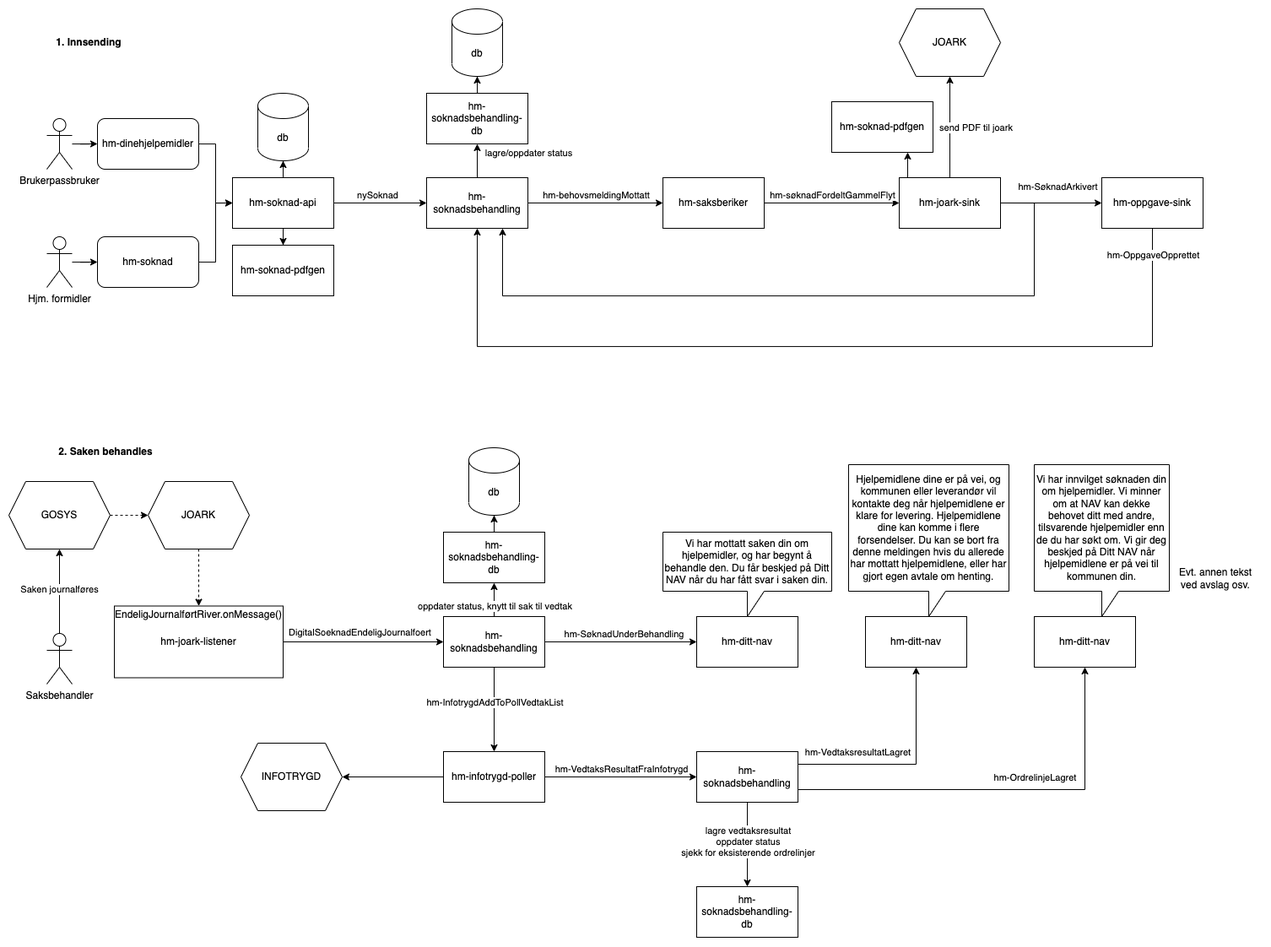
navikt/digihot-docs keeps this draw.io diagram as systemflyt/flyt-behovsmelding-gosys.drawio.png. Above is the earlier version. Source tidied: cells renumbered, new cells last; positions are measured from the earlier drawing's top-left corner, leaving out a move shared by most shapes.
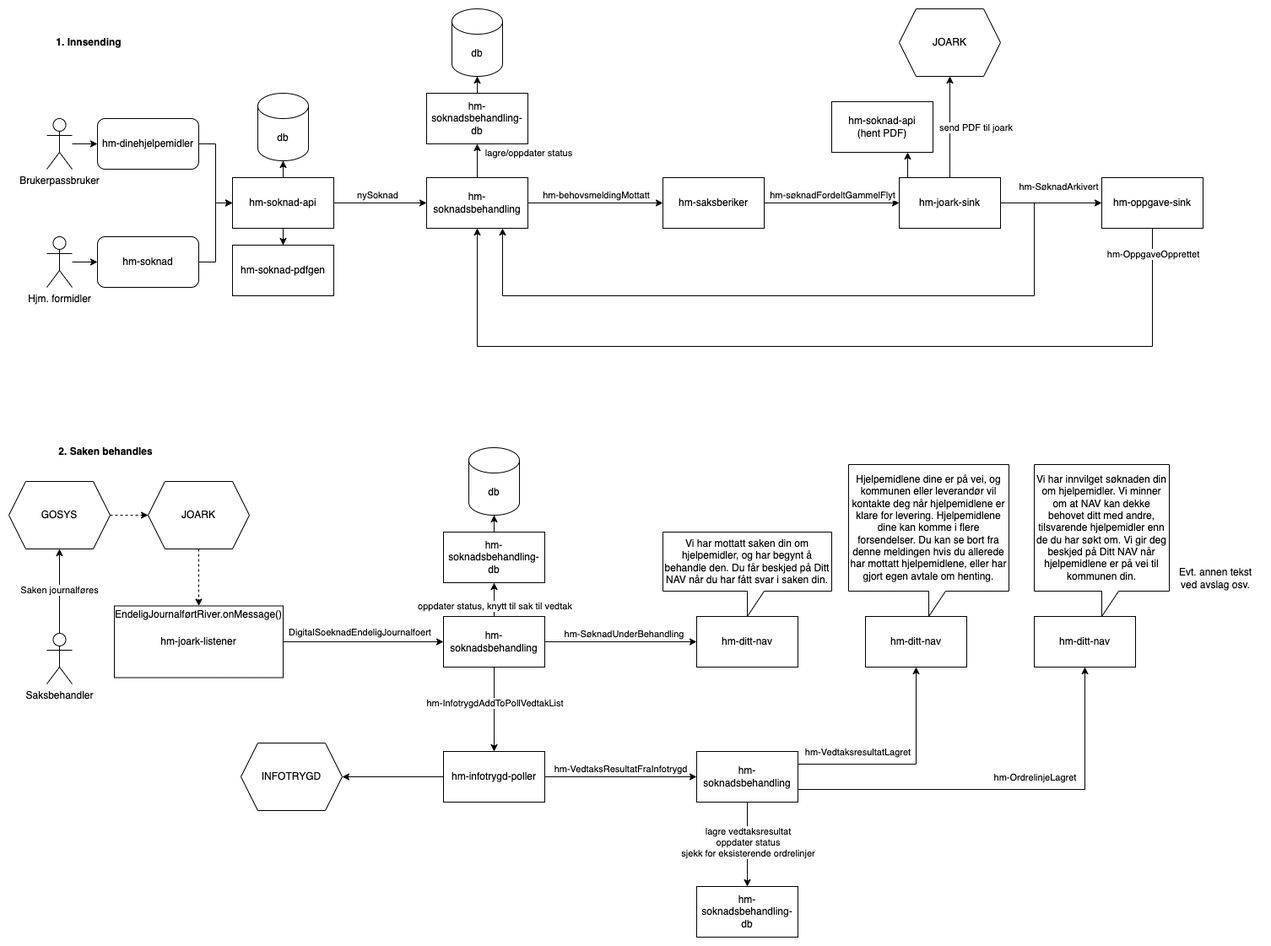
After the commit.

Commit message:
oppdater systemflyt for flyt til gosys

The edit, as a diff of the source:
```diff
@@ -138,7 +138,7 @@
     <mxCell id="38" value="JOARK" style="shape=hexagon;perimeter=hexagonPerimeter2;whiteSpace=wrap;html=1;fixedSize=1;" parent="1" vertex="1">
       <mxGeometry x="1055" width="120" height="80" as="geometry" />
     </mxCell>
-    <mxCell id="39" value="hm-soknad-pdfgen" style="rounded=0;whiteSpace=wrap;html=1;" parent="1" vertex="1">
+    <mxCell id="39" value="hm-soknad-api&lt;br&gt;(hent PDF)" style="rounded=0;whiteSpace=wrap;html=1;" parent="1" vertex="1">
       <mxGeometry x="975" y="110" width="120" height="60" as="geometry" />
     </mxCell>
     <mxCell id="40" value="&lt;b&gt;1. Innsending&lt;/b&gt;" style="text;html=1;strokeColor=none;fillColor=none;align=center;verticalAlign=middle;whiteSpace=wrap;rounded=0;" parent="1" vertex="1">
```
